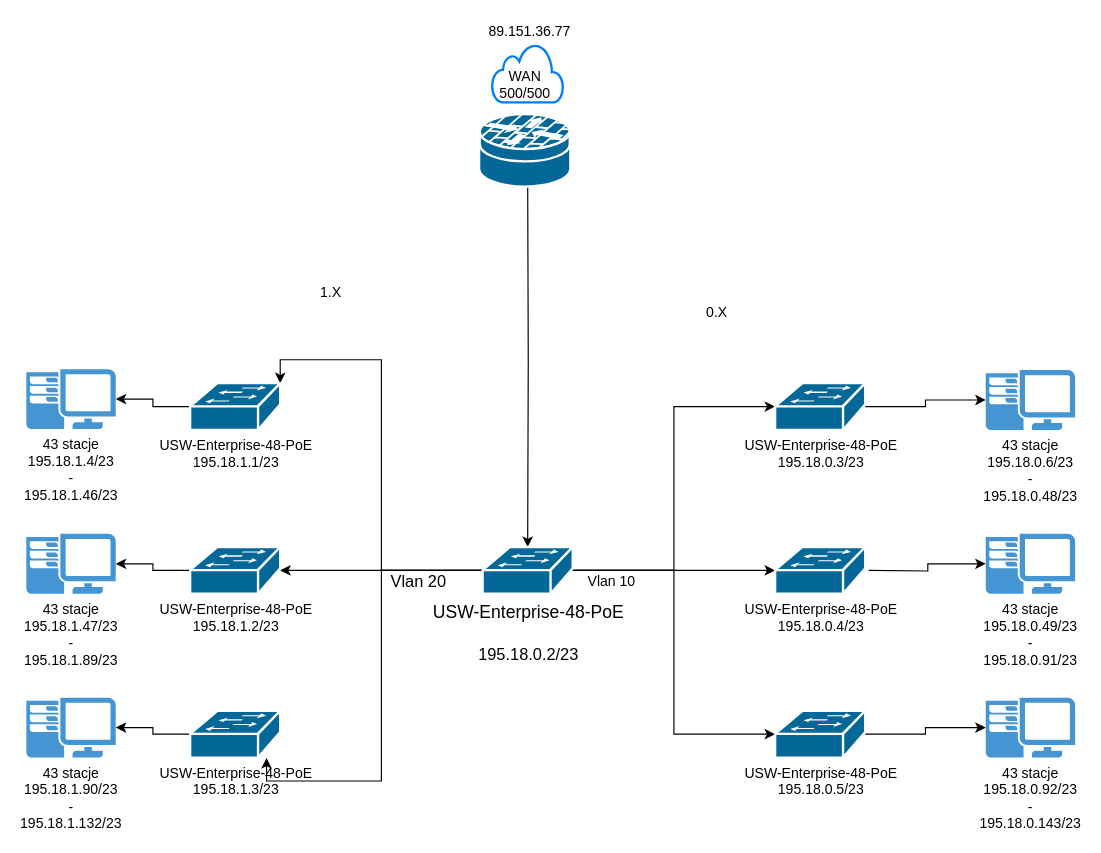
The draw.io diagram Untitled Diagram.drawio in Kebab81/PRV, before the edit. Source tidied: cells renumbered, new cells numbered last; positions are measured from the earlier drawing's top-left corner, leaving out a move shared by most shapes. Both pictures are drawn from the tidied source at 117%, with x=0, y=0 at pixel (26, 20).
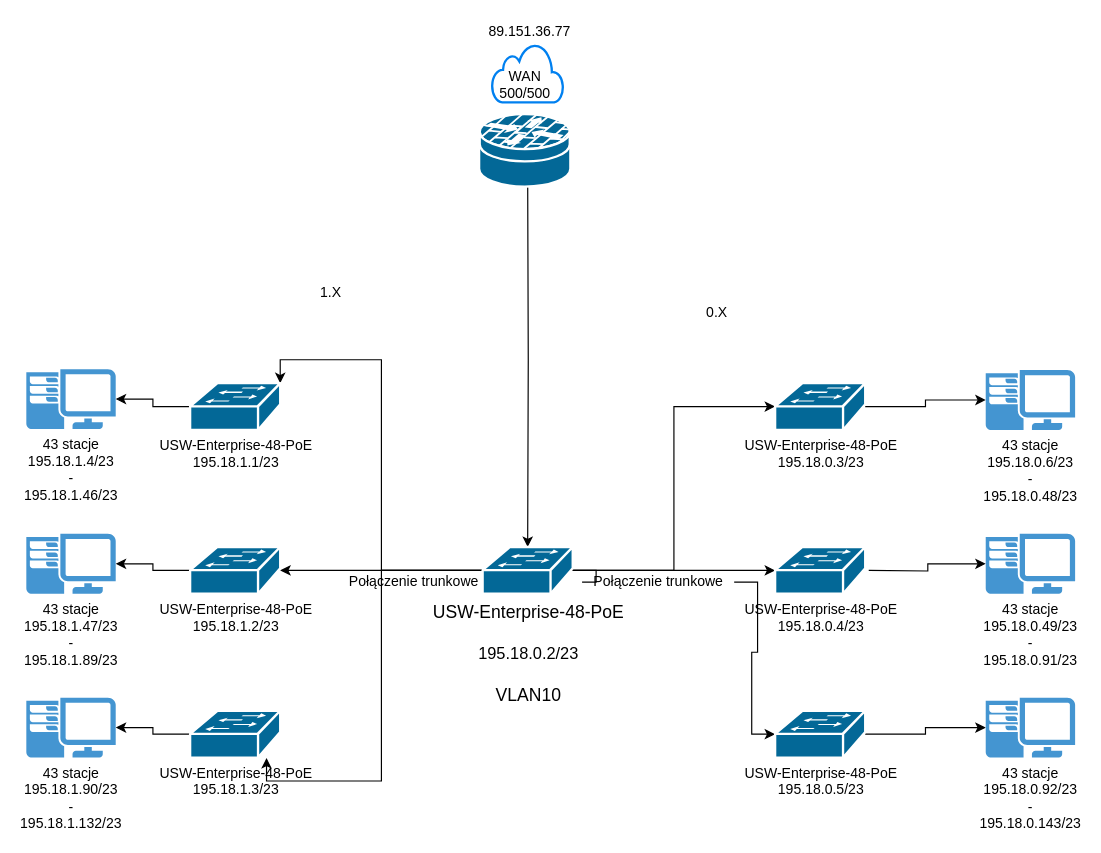
The same diagram, later.

The change refers to these unchanged cells:
```xml
<mxCell id="17" value="&lt;span class=&quot;product-current-sku&quot;&gt;USW-Enterprise-48-PoE&lt;br&gt;195.18.0.5/23&lt;br&gt;&lt;/span&gt;" style="shape=mxgraph.cisco.switches.workgroup_switch;sketch=0;html=1;dashed=0;fillColor=#036897;strokeColor=#ffffff;strokeWidth=2;verticalLabelPosition=bottom;verticalAlign=top;align=center;outlineConnect=0;" parent="1" vertex="1">
  <mxGeometry x="640" y="590" width="77" height="40" as="geometry" />
</mxCell>
```

Change to the diagram source:
```diff
@@
-    <mxCell id="10" style="edgeStyle=orthogonalEdgeStyle;rounded=0;jettySize=auto;html=1;entryX=0;entryY=0.5;entryDx=0;entryDy=0;entryPerimeter=0;" parent="1" edge="1" source="11" target="17">
+    <mxCell id="10" style="edgeStyle=orthogonalEdgeStyle;rounded=0;jettySize=auto;html=1;entryX=0;entryY=0.5;entryDx=0;entryDy=0;entryPerimeter=0;startArrow=none;" parent="1" edge="1" source="36" target="17">
       <mxGeometry relative="1" as="geometry" />
     </mxCell>
-    <mxCell id="11" value="&lt;div style=&quot;font-size: 15px&quot;&gt;&lt;font style=&quot;font-size: 15px&quot;&gt;&lt;span class=&quot;product-current-sku&quot;&gt;USW-Enterprise-48-PoE&lt;br&gt;&lt;/span&gt;&lt;/font&gt;&lt;/div&gt;&lt;div style=&quot;font-size: 15px&quot;&gt;&lt;br&gt;&lt;/div&gt;&lt;span style=&quot;font-size: 14px&quot;&gt;195.18.0.2/23&lt;/span&gt;&lt;font style=&quot;font-size: 15px&quot;&gt;&lt;br&gt;&lt;/font&gt;" style="shape=mxgraph.cisco.switches.workgroup_switch;sketch=0;html=1;dashed=0;fillColor=#036897;strokeColor=#ffffff;strokeWidth=2;verticalLabelPosition=bottom;verticalAlign=top;align=center;outlineConnect=0;" parent="1" vertex="1">
+    <mxCell id="11" value="&lt;div style=&quot;font-size: 15px&quot;&gt;&lt;font style=&quot;font-size: 15px&quot;&gt;&lt;span class=&quot;product-current-sku&quot;&gt;USW-Enterprise-48-PoE&lt;br&gt;&lt;/span&gt;&lt;/font&gt;&lt;/div&gt;&lt;div style=&quot;font-size: 15px&quot;&gt;&lt;br&gt;&lt;/div&gt;&lt;span style=&quot;font-size: 14px&quot;&gt;195.18.0.2/23&lt;br&gt;&lt;/span&gt;&lt;font style=&quot;font-size: 15px&quot;&gt;&lt;br&gt;VLAN10&lt;br&gt;&lt;/font&gt;" style="shape=mxgraph.cisco.switches.workgroup_switch;sketch=0;html=1;dashed=0;fillColor=#036897;strokeColor=#ffffff;strokeWidth=2;verticalLabelPosition=bottom;verticalAlign=top;align=center;outlineConnect=0;" parent="1" vertex="1">
       <mxGeometry x="390" y="450" width="77" height="40" as="geometry" />
     </mxCell>
@@
-    <mxCell id="31" value="&lt;font style=&quot;font-size: 14px&quot;&gt;Vlan 20&lt;br&gt;&lt;/font&gt;" style="text;html=1;align=center;verticalAlign=middle;strokeColor=none;fillColor=none;" parent="1" vertex="1">
-      <mxGeometry x="305" y="470" width="60" height="20" as="geometry" />
+    <mxCell id="31" value="&lt;font style=&quot;font-size: 14px&quot;&gt;&lt;br&gt;&lt;/font&gt;" style="text;html=1;align=center;verticalAlign=middle;strokeColor=none;fillColor=none;" parent="1" vertex="1">
+      <mxGeometry x="325" y="470" width="20" height="20" as="geometry" />
     </mxCell>
-    <mxCell id="32" value="Vlan 10" style="text;html=1;align=center;verticalAlign=middle;strokeColor=none;fillColor=none;" parent="1" vertex="1">
-      <mxGeometry x="470" y="470" width="60" height="20" as="geometry" />
-    </mxCell>
@@
+    <mxCell id="36" value="Połączenie trunkowe" style="text;html=1;align=center;verticalAlign=middle;points=[];strokeColor=none;fillColor=none;" parent="1" vertex="1">
+      <mxGeometry x="475" y="470" width="130" height="20" as="geometry" />
+    </mxCell>
+    <mxCell id="37" style="edgeStyle=orthogonalEdgeStyle;rounded=0;jettySize=auto;html=1;entryX=0;entryY=0.5;entryDx=0;entryDy=0;entryPerimeter=0;endArrow=none;" parent="1" edge="1" source="11" target="36">
+      <mxGeometry relative="1" as="geometry" />
+    </mxCell>
+    <mxCell id="38" value="Połączenie trunkowe" style="text;html=1;align=center;verticalAlign=middle;strokeColor=none;fillColor=none;" parent="1" vertex="1">
+      <mxGeometry x="266" y="470" width="130" height="20" as="geometry" />
+    </mxCell>
```
